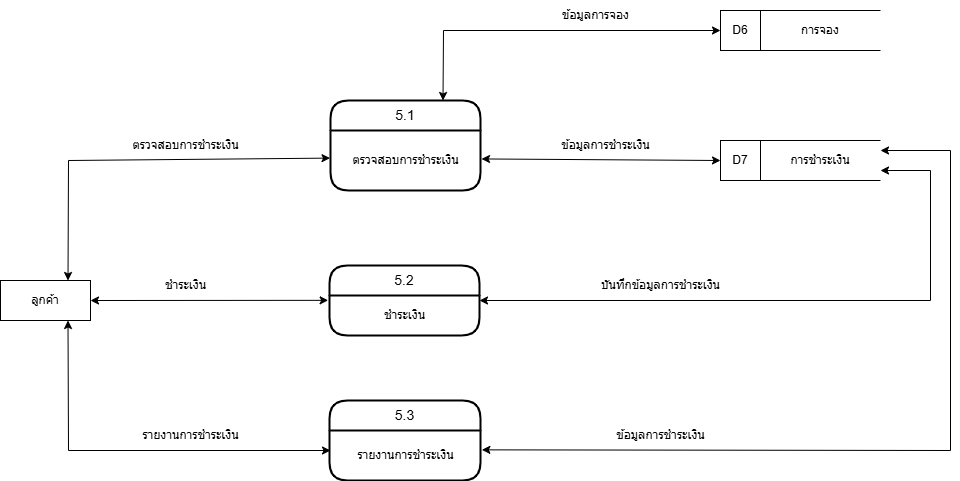
This is docx/diagrams/dataflow-lvl1-5.drawio.png from MrLuciana/devaree_project, a draw.io export, as it was before one commit. Source tidied: cells renumbered, new cells last; positions are measured from the earlier drawing's top-left corner, leaving out a move shared by most shapes.
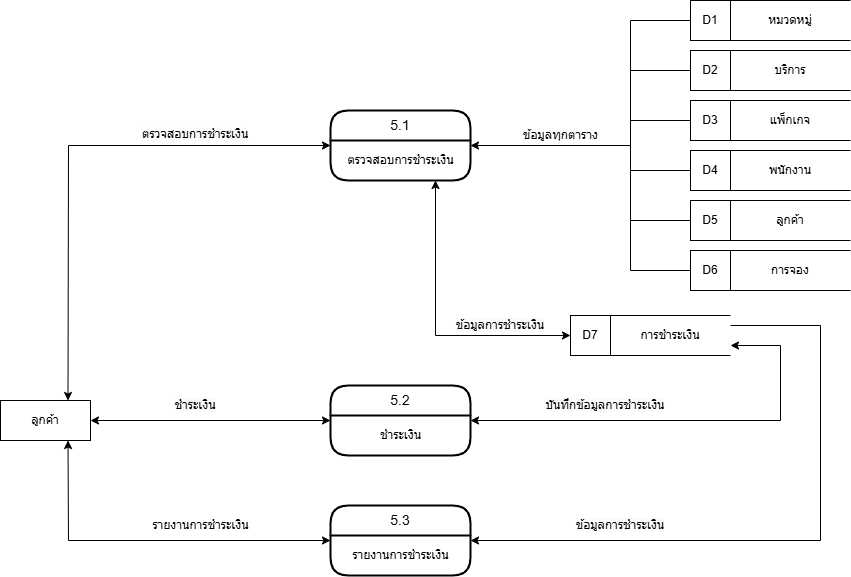
After the commit.

Change to the diagram source:
```diff
@@ -3,102 +3,157 @@
     <mxCell id="0" />
     <mxCell id="1" parent="0" />
     <mxCell id="2" value="ลูกค้า" style="rounded=0;whiteSpace=wrap;html=1;" parent="1" vertex="1">
-      <mxGeometry y="280" width="90" height="40" as="geometry" />
+      <mxGeometry x="230" y="455" width="90" height="40" as="geometry" />
     </mxCell>
     <mxCell id="3" value="5.1" style="swimlane;horizontal=1;startSize=30;rounded=1;fontSize=14;fontStyle=0;strokeWidth=2;shadow=0;dashed=0;align=center;arcSize=20;whiteSpace=wrap;html=1;swimlaneLine=1;glass=0;" parent="1" vertex="1">
-      <mxGeometry x="330" y="100" width="150" height="90" as="geometry" />
+      <mxGeometry x="560" y="165" width="140" height="70" as="geometry" />
     </mxCell>
-    <mxCell id="4" value="ตรวจสอบการชำระเงิน" style="text;html=1;align=center;verticalAlign=middle;points=[];strokeColor=none;fillColor=none;" parent="3" vertex="1">
-      <mxGeometry y="30" width="150" height="60" as="geometry" />
-    </mxCell>
-    <mxCell id="5" value="5.2" style="swimlane;horizontal=1;startSize=30;rounded=1;fontSize=14;fontStyle=0;strokeWidth=2;shadow=0;dashed=0;align=center;arcSize=20;whiteSpace=wrap;html=1;swimlaneLine=1;glass=0;" parent="1" vertex="1">
-      <mxGeometry x="329" y="265" width="150" height="70" as="geometry" />
-    </mxCell>
-    <mxCell id="6" value="ชำระเงิน" style="text;html=1;align=center;verticalAlign=middle;points=[];strokeColor=none;fillColor=none;" parent="5" vertex="1">
-      <mxGeometry y="30" width="150" height="40" as="geometry" />
-    </mxCell>
+    <mxCell id="27" value="ตรวจสอบการชำระเงิน" style="text;html=1;align=center;verticalAlign=middle;strokeColor=none;fillColor=none;" parent="3" vertex="1">
+      <mxGeometry y="30" width="140" height="40" as="geometry" />
+    </mxCell>
+    <mxCell id="28" value="หมวดหมู่" style="shape=partialRectangle;whiteSpace=wrap;html=1;left=0;right=0;fillColor=none;" parent="1" vertex="1">
+      <mxGeometry x="960" y="55" width="120" height="40" as="geometry" />
+    </mxCell>
+    <mxCell id="29" value="D1" style="rounded=0;whiteSpace=wrap;html=1;" parent="1" vertex="1">
+      <mxGeometry x="920" y="55" width="40" height="40" as="geometry" />
+    </mxCell>
+    <mxCell id="30" value="บริการ" style="shape=partialRectangle;whiteSpace=wrap;html=1;left=0;right=0;fillColor=none;" parent="1" vertex="1">
+      <mxGeometry x="960" y="105" width="120" height="40" as="geometry" />
+    </mxCell>
+    <mxCell id="31" value="D2" style="rounded=0;whiteSpace=wrap;html=1;" parent="1" vertex="1">
+      <mxGeometry x="920" y="105" width="40" height="40" as="geometry" />
+    </mxCell>
+    <mxCell id="32" value="แพ็กเกจ" style="shape=partialRectangle;whiteSpace=wrap;html=1;left=0;right=0;fillColor=none;" parent="1" vertex="1">
+      <mxGeometry x="960" y="155" width="120" height="40" as="geometry" />
+    </mxCell>
+    <mxCell id="33" value="D3" style="rounded=0;whiteSpace=wrap;html=1;" parent="1" vertex="1">
+      <mxGeometry x="920" y="155" width="40" height="40" as="geometry" />
+    </mxCell>
+    <mxCell id="34" value="พนักงาน" style="shape=partialRectangle;whiteSpace=wrap;html=1;left=0;right=0;fillColor=none;" parent="1" vertex="1">
+      <mxGeometry x="960" y="205" width="120" height="40" as="geometry" />
+    </mxCell>
+    <mxCell id="35" value="D4" style="rounded=0;whiteSpace=wrap;html=1;" parent="1" vertex="1">
+      <mxGeometry x="920" y="205" width="40" height="40" as="geometry" />
+    </mxCell>
+    <mxCell id="12" value="การจอง" style="shape=partialRectangle;whiteSpace=wrap;html=1;left=0;right=0;fillColor=none;" parent="1" vertex="1">
+      <mxGeometry x="960" y="305" width="120" height="40" as="geometry" />
+    </mxCell>
+    <mxCell id="13" value="D6" style="rounded=0;whiteSpace=wrap;html=1;" parent="1" vertex="1">
+      <mxGeometry x="920" y="305" width="40" height="40" as="geometry" />
+    </mxCell>
+    <mxCell id="36" value="ลูกค้า" style="shape=partialRectangle;whiteSpace=wrap;html=1;left=0;right=0;fillColor=none;" parent="1" vertex="1">
+      <mxGeometry x="960" y="255" width="120" height="40" as="geometry" />
+    </mxCell>
+    <mxCell id="37" value="D5" style="rounded=0;whiteSpace=wrap;html=1;" parent="1" vertex="1">
+      <mxGeometry x="920" y="255" width="40" height="40" as="geometry" />
+    </mxCell>
+    <mxCell id="38" style="endArrow=classic;html=1;rounded=0;entryX=1;entryY=0.5;entryDx=0;entryDy=0;" parent="1" edge="1" target="3">
+      <mxGeometry relative="1" as="geometry">
+        <mxPoint x="860" y="200" as="sourcePoint" />
+      </mxGeometry>
+    </mxCell>
+    <mxCell id="39" style="endArrow=classic;startArrow=classic;html=1;rounded=0;exitX=0.75;exitY=0;exitDx=0;exitDy=0;entryX=0;entryY=0.5;entryDx=0;entryDy=0;" parent="1" edge="1" source="2" target="3">
+      <mxGeometry relative="1" as="geometry">
+        <Array as="points">
+          <mxPoint x="298" y="200" />
+        </Array>
+      </mxGeometry>
+    </mxCell>
+    <mxCell id="40" style="endArrow=none;html=1;rounded=0;entryX=0;entryY=0.5;entryDx=0;entryDy=0;exitX=0;exitY=0.5;exitDx=0;exitDy=0;" parent="1" edge="1" source="13" target="29">
+      <mxGeometry relative="1" as="geometry">
+        <Array as="points">
+          <mxPoint x="860" y="325" />
+          <mxPoint x="860" y="75" />
+        </Array>
+      </mxGeometry>
+    </mxCell>
+    <mxCell id="41" style="endArrow=none;html=1;rounded=0;entryX=0;entryY=0.5;entryDx=0;entryDy=0;exitX=0;exitY=0.5;exitDx=0;exitDy=0;" parent="1" edge="1" source="37" target="31">
+      <mxGeometry relative="1" as="geometry">
+        <Array as="points">
+          <mxPoint x="860" y="275" />
+          <mxPoint x="860" y="125" />
+        </Array>
+      </mxGeometry>
+    </mxCell>
+    <mxCell id="42" style="endArrow=none;html=1;rounded=0;entryX=0;entryY=0.5;entryDx=0;entryDy=0;exitX=0;exitY=0.5;exitDx=0;exitDy=0;" parent="1" edge="1" source="35" target="33">
+      <mxGeometry relative="1" as="geometry">
+        <Array as="points">
+          <mxPoint x="860" y="225" />
+          <mxPoint x="860" y="175" />
+        </Array>
+      </mxGeometry>
+    </mxCell>
+    <mxCell id="43" value="ข้อมูลทุกตาราง" style="text;html=1;align=center;verticalAlign=middle;strokeColor=none;fillColor=none;" parent="1" vertex="1">
+      <mxGeometry x="740" y="175" width="100" height="30" as="geometry" />
+    </mxCell>
+    <mxCell id="44" value="&lt;span style=&quot;color: rgb(0, 0, 0); font-family: Helvetica; font-size: 12px; font-style: normal; font-variant-ligatures: normal; font-variant-caps: normal; font-weight: 400; letter-spacing: normal; orphans: 2; text-align: center; text-indent: 0px; text-transform: none; widows: 2; word-spacing: 0px; -webkit-text-stroke-width: 0px; white-space: nowrap; background-color: rgb(251, 251, 251); text-decoration-thickness: initial; text-decoration-style: initial; text-decoration-color: initial; display: inline !important; float: none;&quot;&gt;ตรวจสอบการชำระเงิน&lt;/span&gt;" style="text;whiteSpace=wrap;html=1;" parent="1" vertex="1">
+      <mxGeometry x="370" y="175" width="140" height="40" as="geometry" />
+    </mxCell>
     <mxCell id="7" value="การชำระเงิน" style="shape=partialRectangle;whiteSpace=wrap;html=1;left=0;right=0;fillColor=none;" parent="1" vertex="1">
-      <mxGeometry x="760" y="140" width="120" height="40" as="geometry" />
+      <mxGeometry x="840" y="370" width="120" height="40" as="geometry" />
     </mxCell>
     <mxCell id="8" value="D7" style="rounded=0;whiteSpace=wrap;html=1;" parent="1" vertex="1">
-      <mxGeometry x="720" y="140" width="40" height="40" as="geometry" />
+      <mxGeometry x="800" y="370" width="40" height="40" as="geometry" />
     </mxCell>
-    <mxCell id="9" style="endArrow=classic;startArrow=classic;html=1;rounded=0;exitX=0.75;exitY=0;exitDx=0;exitDy=0;entryX=-0.003;entryY=0.46;entryDx=0;entryDy=0;entryPerimeter=0;" parent="1" edge="1" source="2" target="4">
-      <mxGeometry relative="1" as="geometry">
-        <Array as="points">
-          <mxPoint x="68" y="160" />
-        </Array>
-      </mxGeometry>
-    </mxCell>
-    <mxCell id="10" value="ตรวจสอบการชำระเงิน" style="text;html=1;align=center;verticalAlign=middle;strokeColor=none;fillColor=none;" parent="1" vertex="1">
-      <mxGeometry x="120" y="130" width="130" height="30" as="geometry" />
-    </mxCell>
-    <mxCell id="11" style="endArrow=classic;startArrow=classic;html=1;rounded=0;exitX=1.007;exitY=0.474;exitDx=0;exitDy=0;exitPerimeter=0;entryX=0;entryY=0.5;entryDx=0;entryDy=0;" parent="1" edge="1" source="4" target="8">
-      <mxGeometry relative="1" as="geometry" />
-    </mxCell>
-    <mxCell id="12" value="การจอง" style="shape=partialRectangle;whiteSpace=wrap;html=1;left=0;right=0;fillColor=none;" parent="1" vertex="1">
-      <mxGeometry x="760" y="10" width="120" height="40" as="geometry" />
-    </mxCell>
-    <mxCell id="13" value="D6" style="rounded=0;whiteSpace=wrap;html=1;" parent="1" vertex="1">
-      <mxGeometry x="720" y="10" width="40" height="40" as="geometry" />
-    </mxCell>
-    <mxCell id="14" style="endArrow=classic;startArrow=classic;html=1;rounded=0;entryX=0;entryY=0.5;entryDx=0;entryDy=0;exitX=0.75;exitY=0;exitDx=0;exitDy=0;" parent="1" edge="1" source="3" target="13">
-      <mxGeometry relative="1" as="geometry">
-        <Array as="points">
-          <mxPoint x="443" y="30" />
-        </Array>
-      </mxGeometry>
-    </mxCell>
-    <mxCell id="15" value="ข้อมูลการจอง" style="text;html=1;align=center;verticalAlign=middle;strokeColor=none;fillColor=none;" parent="1" vertex="1">
-      <mxGeometry x="550" width="90" height="30" as="geometry" />
-    </mxCell>
-    <mxCell id="16" value="ข้อมูลการชำระเงิน" style="text;html=1;align=center;verticalAlign=middle;strokeColor=none;fillColor=none;" parent="1" vertex="1">
-      <mxGeometry x="550" y="130" width="110" height="30" as="geometry" />
-    </mxCell>
-    <mxCell id="17" style="endArrow=classic;startArrow=classic;html=1;rounded=0;exitX=1;exitY=0.5;exitDx=0;exitDy=0;entryX=-0.009;entryY=0.121;entryDx=0;entryDy=0;entryPerimeter=0;" parent="1" edge="1" source="2" target="6">
-      <mxGeometry relative="1" as="geometry" />
-    </mxCell>
-    <mxCell id="18" value="ชำระเงิน" style="text;html=1;align=center;verticalAlign=middle;strokeColor=none;fillColor=none;" parent="1" vertex="1">
-      <mxGeometry x="155" y="270" width="60" height="30" as="geometry" />
-    </mxCell>
+    <mxCell id="45" style="endArrow=classic;startArrow=classic;html=1;rounded=0;entryX=0.75;entryY=1;entryDx=0;entryDy=0;exitX=0;exitY=0.5;exitDx=0;exitDy=0;" parent="1" edge="1" source="8" target="3">
+      <mxGeometry relative="1" as="geometry">
+        <Array as="points">
+          <mxPoint x="665" y="390" />
+        </Array>
+      </mxGeometry>
+    </mxCell>
+    <mxCell id="46" value="&lt;span style=&quot;color: rgb(0, 0, 0); font-family: Helvetica; font-size: 12px; font-style: normal; font-variant-ligatures: normal; font-variant-caps: normal; font-weight: 400; letter-spacing: normal; orphans: 2; text-indent: 0px; text-transform: none; widows: 2; word-spacing: 0px; -webkit-text-stroke-width: 0px; white-space: normal; background-color: rgb(251, 251, 251); text-decoration-thickness: initial; text-decoration-style: initial; text-decoration-color: initial; float: none; display: inline !important;&quot;&gt;ข้อมูลการชำระเงิน&lt;/span&gt;" style="text;whiteSpace=wrap;html=1;verticalAlign=middle;align=center;" parent="1" vertex="1">
+      <mxGeometry x="670" y="360" width="120" height="40" as="geometry" />
+    </mxCell>
+    <mxCell id="5" value="5.2" style="swimlane;horizontal=1;startSize=30;rounded=1;fontSize=14;fontStyle=0;strokeWidth=2;shadow=0;dashed=0;align=center;arcSize=20;whiteSpace=wrap;html=1;swimlaneLine=1;glass=0;" parent="1" vertex="1">
+      <mxGeometry x="560" y="440" width="140" height="70" as="geometry" />
+    </mxCell>
+    <mxCell id="47" value="ชำระเงิน" style="text;html=1;align=center;verticalAlign=middle;strokeColor=none;fillColor=none;" parent="5" vertex="1">
+      <mxGeometry y="30" width="140" height="40" as="geometry" />
+    </mxCell>
+    <mxCell id="48" style="endArrow=classic;startArrow=classic;html=1;rounded=0;exitX=1;exitY=0.5;exitDx=0;exitDy=0;entryX=0;entryY=0.5;entryDx=0;entryDy=0;" parent="1" edge="1" source="2" target="5">
+      <mxGeometry relative="1" as="geometry" />
+    </mxCell>
+    <mxCell id="49" value="&lt;span style=&quot;color: rgb(0, 0, 0); font-family: Helvetica; font-size: 12px; font-style: normal; font-variant-ligatures: normal; font-variant-caps: normal; font-weight: 400; letter-spacing: normal; orphans: 2; text-indent: 0px; text-transform: none; widows: 2; word-spacing: 0px; -webkit-text-stroke-width: 0px; white-space: nowrap; background-color: rgb(251, 251, 251); text-decoration-thickness: initial; text-decoration-style: initial; text-decoration-color: initial; float: none; display: inline !important;&quot;&gt;ชำระเงิน&lt;/span&gt;" style="text;whiteSpace=wrap;html=1;verticalAlign=middle;align=center;" parent="1" vertex="1">
+      <mxGeometry x="390" y="440" width="70" height="40" as="geometry" />
+    </mxCell>
     <mxCell id="19" style="endArrow=classic;startArrow=classic;html=1;rounded=0;exitX=1;exitY=0.5;exitDx=0;exitDy=0;entryX=1;entryY=0.75;entryDx=0;entryDy=0;" parent="1" edge="1" source="5" target="7">
       <mxGeometry relative="1" as="geometry">
         <Array as="points">
-          <mxPoint x="930" y="300" />
-          <mxPoint x="930" y="170" />
+          <mxPoint x="1010" y="475" />
+          <mxPoint x="1010" y="400" />
         </Array>
       </mxGeometry>
     </mxCell>
-    <mxCell id="20" value="บันทึกข้อมูลการชำระเงิน" style="text;html=1;align=center;verticalAlign=middle;strokeColor=none;fillColor=none;" parent="1" vertex="1">
-      <mxGeometry x="590" y="270" width="140" height="30" as="geometry" />
+    <mxCell id="20" value="&lt;span style=&quot;color: rgb(0, 0, 0); font-family: Helvetica; font-size: 12px; font-style: normal; font-variant-ligatures: normal; font-variant-caps: normal; font-weight: 400; letter-spacing: normal; orphans: 2; text-indent: 0px; text-transform: none; widows: 2; word-spacing: 0px; -webkit-text-stroke-width: 0px; white-space: normal; background-color: rgb(251, 251, 251); text-decoration-thickness: initial; text-decoration-style: initial; text-decoration-color: initial; float: none; display: inline !important;&quot;&gt;บันทึกข้อมูลการชำระเงิน&lt;/span&gt;" style="text;whiteSpace=wrap;html=1;verticalAlign=middle;align=center;" parent="1" vertex="1">
+      <mxGeometry x="770" y="440" width="130" height="40" as="geometry" />
     </mxCell>
     <mxCell id="21" value="5.3" style="swimlane;horizontal=1;startSize=30;rounded=1;fontSize=14;fontStyle=0;strokeWidth=2;shadow=0;dashed=0;align=center;arcSize=20;whiteSpace=wrap;html=1;swimlaneLine=1;glass=0;" parent="1" vertex="1">
-      <mxGeometry x="329" y="400" width="151" height="80" as="geometry" />
+      <mxGeometry x="560" y="560" width="140" height="70" as="geometry" />
     </mxCell>
-    <mxCell id="22" value="รายงานการชำระเงิน" style="text;html=1;align=center;verticalAlign=middle;points=[];strokeColor=none;fillColor=none;" parent="21" vertex="1">
-      <mxGeometry y="30" width="151" height="50" as="geometry" />
-    </mxCell>
-    <mxCell id="23" style="endArrow=classic;startArrow=classic;html=1;rounded=0;exitX=0.75;exitY=1;exitDx=0;exitDy=0;" parent="1" edge="1" source="2">
-      <mxGeometry relative="1" as="geometry">
-        <mxPoint x="330" y="450" as="targetPoint" />
-        <Array as="points">
-          <mxPoint x="68" y="450" />
-        </Array>
-      </mxGeometry>
-    </mxCell>
-    <mxCell id="24" style="endArrow=classic;startArrow=classic;html=1;rounded=0;exitX=1.009;exitY=0.387;exitDx=0;exitDy=0;exitPerimeter=0;entryX=1;entryY=0.25;entryDx=0;entryDy=0;" parent="1" edge="1" source="22" target="7">
-      <mxGeometry relative="1" as="geometry">
-        <Array as="points">
-          <mxPoint x="950" y="450" />
-          <mxPoint x="950" y="150" />
-        </Array>
-      </mxGeometry>
-    </mxCell>
-    <mxCell id="25" value="รายงานการชำระเงิน" style="text;html=1;align=center;verticalAlign=middle;strokeColor=none;fillColor=none;" parent="1" vertex="1">
-      <mxGeometry x="130" y="420" width="120" height="30" as="geometry" />
-    </mxCell>
-    <mxCell id="26" value="ข้อมูลการชำระเงิน" style="text;html=1;align=center;verticalAlign=middle;strokeColor=none;fillColor=none;" parent="1" vertex="1">
-      <mxGeometry x="605" y="420" width="110" height="30" as="geometry" />
-    </mxCell>
+    <mxCell id="50" value="รายงานการชำระเงิน" style="text;html=1;align=center;verticalAlign=middle;strokeColor=none;fillColor=none;" parent="21" vertex="1">
+      <mxGeometry y="30" width="140" height="40" as="geometry" />
+    </mxCell>
+    <mxCell id="51" style="endArrow=classic;startArrow=classic;html=1;rounded=0;exitX=0.75;exitY=1;exitDx=0;exitDy=0;entryX=0;entryY=0.5;entryDx=0;entryDy=0;" parent="1" edge="1" source="2" target="21">
+      <mxGeometry relative="1" as="geometry">
+        <Array as="points">
+          <mxPoint x="298" y="595" />
+        </Array>
+      </mxGeometry>
+    </mxCell>
+    <mxCell id="52" value="รายงานการชำระเงิน" style="text;html=1;align=center;verticalAlign=middle;strokeColor=none;fillColor=none;" parent="1" vertex="1">
+      <mxGeometry x="360" y="560" width="140" height="40" as="geometry" />
+    </mxCell>
+    <mxCell id="53" style="endArrow=classic;html=1;rounded=0;exitX=1;exitY=0.25;exitDx=0;exitDy=0;entryX=1;entryY=0.5;entryDx=0;entryDy=0;" parent="1" edge="1" source="7" target="21">
+      <mxGeometry relative="1" as="geometry">
+        <Array as="points">
+          <mxPoint x="1050" y="380" />
+          <mxPoint x="1050" y="595" />
+        </Array>
+      </mxGeometry>
+    </mxCell>
+    <mxCell id="54" value="&lt;span style=&quot;color: rgb(0, 0, 0); font-family: Helvetica; font-size: 12px; font-style: normal; font-variant-ligatures: normal; font-variant-caps: normal; font-weight: 400; letter-spacing: normal; orphans: 2; text-indent: 0px; text-transform: none; widows: 2; word-spacing: 0px; -webkit-text-stroke-width: 0px; white-space: normal; background-color: rgb(251, 251, 251); text-decoration-thickness: initial; text-decoration-style: initial; text-decoration-color: initial; float: none; display: inline !important;&quot;&gt;ข้อมูลการชำระเงิน&lt;/span&gt;" style="text;whiteSpace=wrap;html=1;verticalAlign=middle;align=center;" parent="1" vertex="1">
+      <mxGeometry x="790" y="560" width="120" height="40" as="geometry" />
+    </mxCell>
   </root>
 </mxGraphModel>
```
